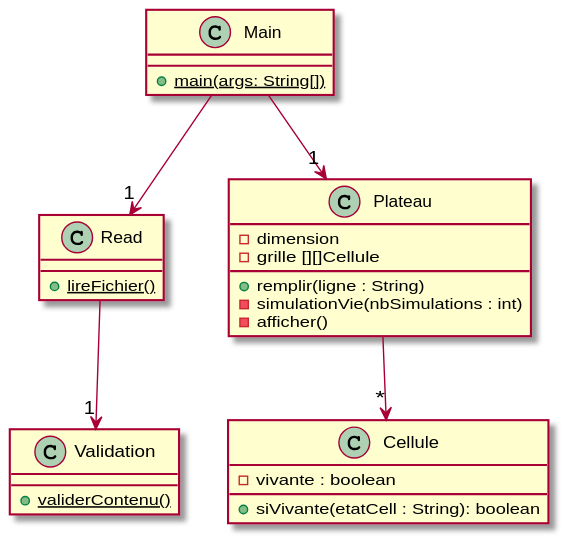
Before: class_diagram.svg, a diagram exported from PlantUML (INF5153-A20/tp-conway-MaximCrudu).
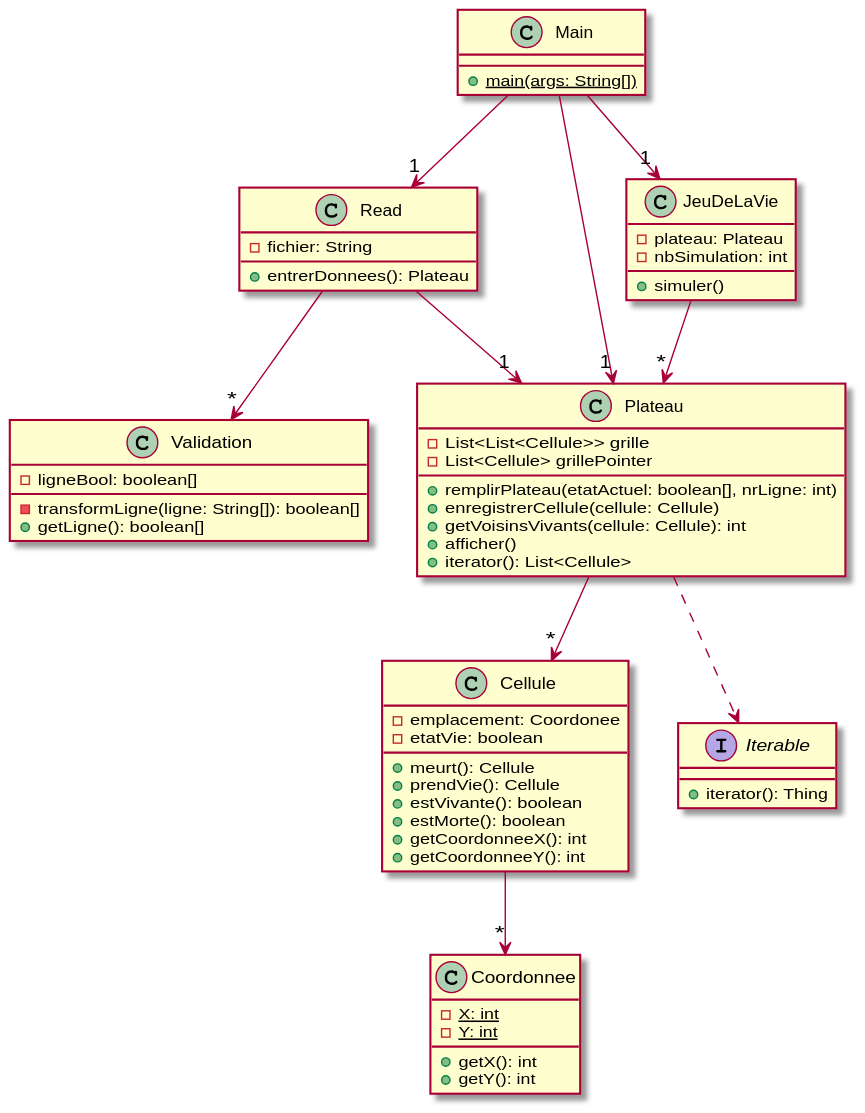
The same file after the commit.

Change to the diagram source:
```diff
@@ -1,31 +1,64 @@
 @startuml
 class Main {
-	+ {static} main(args: String[])
+   + {static} main(args: String[])
 }
 
 class Read {
-   + {static} lireFichier()
+   - fichier: String
+   + entrerDonnees(): Plateau
 }
 
 class Validation {
-   + {static} validerContenu()
+   - ligneBool: boolean[]
+   - transformLigne(ligne: String[]): boolean[]
+   + getLigne(): boolean[]
 }
 
 class Plateau{
-  - dimension
-  - grille [][]Cellule
-  + remplir(ligne : String)
-  - simulationVie(nbSimulations : int)
-  - afficher()
+  - List<List<Cellule>> grille
+  - List<Cellule> grillePointer
+  + remplirPlateau(etatActuel: boolean[], nrLigne: int)
+  + enregistrerCellule(cellule: Cellule)
+  + getVoisinsVivants(cellule: Cellule): int
+  + afficher()
+  + iterator(): List<Cellule>
+}
+
+class JeuDeLaVie{
+  - plateau: Plateau
+  - nbSimulation: int
+  + simuler()
 }
 
 class Cellule{
-  - vivante : boolean
-  + siVivante(etatCell : String): boolean
+  - emplacement: Coordonee
+  - etatVie: boolean
+  + meurt(): Cellule
+  + prendVie(): Cellule
+  + estVivante(): boolean
+  + estMorte(): boolean
+  + getCoordonneeX(): int
+  + getCoordonneeY(): int
+}
+
+class Coordonnee{
+  - {static} X: int
+  - {static} Y: int
+  + getX(): int
+  + getY(): int
+}
+
+Interface Iterable{
+  + iterator(): Thing
 }
 
 Main --> "1" Read
-Read --> "1" Validation
 Main --> "1" Plateau
+Main --> "1" JeuDeLaVie
+Read --> "*" Validation
+Read --> "1" Plateau
+JeuDeLaVie --> "*" Plateau
 Plateau --> "*" Cellule
+Cellule --> "*" Coordonnee
+Plateau -[dashed]-> " " Iterable
 @enduml
```
